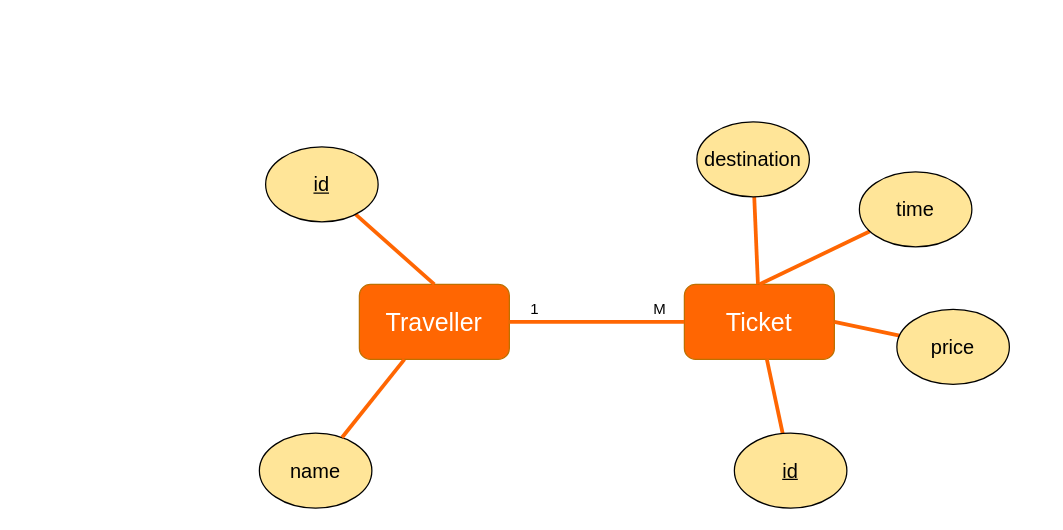
The draw.io diagram 活動系統ERD.drawio in z88243310/bins, before the edit. Source tidied: cells renumbered, new cells numbered last; positions are measured from the earlier drawing's top-left corner, leaving out a move shared by most shapes. Both pictures are drawn from the tidied source at 125%, with x=0, y=0 at pixel (259, 121).
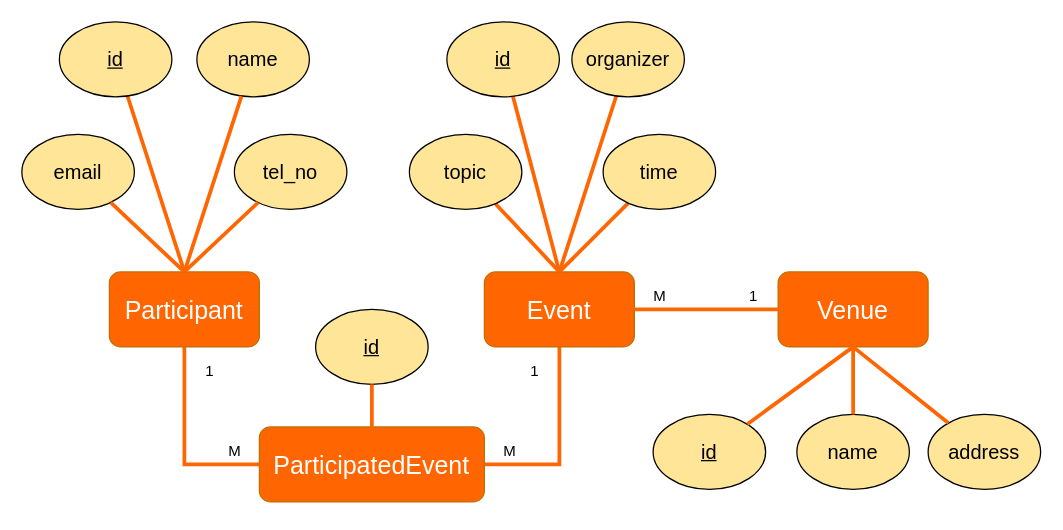
The same diagram, later.

Commit message:
更新活動系統ERD.drawio

Change to the diagram source:
```diff
@@
+    <mxCell id="19" style="edgeStyle=orthogonalEdgeStyle;rounded=0;jettySize=auto;html=1;entryX=0;entryY=0.5;entryDx=0;entryDy=0;strokeWidth=3;endArrow=none;endFill=0;strokeColor=#FF6602;" parent="1" edge="1" source="2" target="35">
+      <mxGeometry relative="1" as="geometry" />
+    </mxCell>
-    <mxCell id="2" value="Traveller" style="rounded=1;whiteSpace=wrap;html=1;fillColor=#FF6602;strokeColor=#BD7000;fontColor=#FFFFFF;fontSize=20;" parent="1" vertex="1">
-      <mxGeometry x="80" y="130" width="120" height="60" as="geometry" />
+    <mxCell id="2" value="Participant" style="rounded=1;whiteSpace=wrap;html=1;fillColor=#FF6602;strokeColor=#BD7000;fontColor=#FFFFFF;fontSize=20;" parent="1" vertex="1">
+      <mxGeometry x="-120" y="120" width="120" height="60" as="geometry" />
     </mxCell>
-    <mxCell id="3" value="1" style="text;html=1;align=center;verticalAlign=middle;strokeColor=none;fillColor=none;" parent="1" vertex="1">
-      <mxGeometry x="210" y="140" width="20" height="20" as="geometry" />
+    <mxCell id="3" value="M" style="text;html=1;align=center;verticalAlign=middle;strokeColor=none;fillColor=none;" parent="1" vertex="1">
+      <mxGeometry x="-30" y="254" width="20" height="20" as="geometry" />
     </mxCell>
     <mxCell id="4" value="&lt;div&gt;M&lt;/div&gt;" style="text;html=1;align=center;verticalAlign=middle;strokeColor=none;fillColor=none;" parent="1" vertex="1">
-      <mxGeometry x="310" y="140" width="20" height="20" as="geometry" />
+      <mxGeometry x="190" y="254" width="20" height="20" as="geometry" />
     </mxCell>
-    <mxCell id="5" style="edgeStyle=none;rounded=0;jettySize=auto;html=1;entryX=0.5;entryY=0;entryDx=0;entryDy=0;fontSize=16;fontColor=#FFFFFF;endArrow=none;endFill=0;strokeColor=#FF6602;strokeWidth=3;" parent="1" edge="1" source="6" target="2">
-      <mxGeometry relative="1" as="geometry" />
+    <mxCell id="5" style="edgeStyle=none;rounded=0;jettySize=auto;html=1;fontSize=16;fontColor=#FFFFFF;endArrow=none;endFill=0;strokeColor=#FF6602;strokeWidth=3;" parent="1" edge="1" source="6">
+      <mxGeometry relative="1" as="geometry">
+        <mxPoint x="-60" y="120" as="targetPoint" />
+      </mxGeometry>
     </mxCell>
     <mxCell id="6" value="&lt;u&gt;id&lt;/u&gt;" style="ellipse;whiteSpace=wrap;html=1;fillColor=#FFE598;fontSize=16;" parent="1" vertex="1">
-      <mxGeometry x="5" y="20" width="90" height="60" as="geometry" />
+      <mxGeometry x="-160" y="-80" width="90" height="60" as="geometry" />
     </mxCell>
+    <mxCell id="20" style="edgeStyle=orthogonalEdgeStyle;rounded=0;jettySize=auto;html=1;entryX=1;entryY=0.5;entryDx=0;entryDy=0;strokeWidth=3;endArrow=none;endFill=0;strokeColor=#FF6602;" parent="1" edge="1" source="7" target="35">
+      <mxGeometry relative="1" as="geometry" />
+    </mxCell>
-    <mxCell id="7" value="Ticket" style="rounded=1;whiteSpace=wrap;html=1;fillColor=#FF6602;strokeColor=#BD7000;fontColor=#FFFFFF;fontSize=20;" parent="1" vertex="1">
-      <mxGeometry x="340" y="130" width="120" height="60" as="geometry" />
+    <mxCell id="7" value="Event" style="rounded=1;whiteSpace=wrap;html=1;fillColor=#FF6602;strokeColor=#BD7000;fontColor=#FFFFFF;fontSize=20;" parent="1" vertex="1">
+      <mxGeometry x="180" y="120" width="120" height="60" as="geometry" />
     </mxCell>
     <mxCell id="8" value="name" style="ellipse;whiteSpace=wrap;html=1;fillColor=#FFE598;fontSize=16;" parent="1" vertex="1">
-      <mxGeometry y="249" width="90" height="60" as="geometry" />
+      <mxGeometry x="-50" y="-80" width="90" height="60" as="geometry" />
     </mxCell>
-    <mxCell id="9" style="edgeStyle=none;rounded=0;jettySize=auto;html=1;fontSize=16;fontColor=#FFFFFF;endArrow=none;endFill=0;strokeColor=#FF6602;strokeWidth=3;" parent="1" edge="1" source="10">
-      <mxGeometry relative="1" as="geometry">
-        <mxPoint x="406" y="190" as="targetPoint" />
-      </mxGeometry>
+    <mxCell id="9" style="edgeStyle=none;rounded=0;jettySize=auto;html=1;fontSize=16;fontColor=#FFFFFF;endArrow=none;endFill=0;strokeColor=#FF6602;strokeWidth=3;entryX=0.5;entryY=0;entryDx=0;entryDy=0;" parent="1" edge="1" source="10" target="7">
+      <mxGeometry relative="1" as="geometry" />
     </mxCell>
-    <mxCell id="10" value="id" style="ellipse;whiteSpace=wrap;html=1;fillColor=#FFE598;fontSize=16;fontStyle=4;" parent="1" vertex="1">
-      <mxGeometry x="380" y="249" width="90" height="60" as="geometry" />
+    <mxCell id="10" value="topic" style="ellipse;whiteSpace=wrap;html=1;fillColor=#FFE598;fontSize=16;fontStyle=0;" parent="1" vertex="1">
+      <mxGeometry x="120" y="10" width="90" height="60" as="geometry" />
     </mxCell>
-    <mxCell id="11" style="edgeStyle=none;rounded=0;jettySize=auto;html=1;entryX=1;entryY=0.5;entryDx=0;entryDy=0;fontSize=16;fontColor=#FFFFFF;endArrow=none;endFill=0;strokeColor=#FF6602;strokeWidth=3;" parent="1" edge="1" source="12" target="7">
+    <mxCell id="11" style="edgeStyle=none;rounded=0;jettySize=auto;html=1;fontSize=16;fontColor=#FFFFFF;endArrow=none;endFill=0;strokeColor=#FF6602;strokeWidth=3;entryX=0.5;entryY=0;entryDx=0;entryDy=0;" parent="1" edge="1" source="12" target="7">
       <mxGeometry relative="1" as="geometry" />
     </mxCell>
-    <mxCell id="12" value="price" style="ellipse;whiteSpace=wrap;html=1;fillColor=#FFE598;fontSize=16;" parent="1" vertex="1">
-      <mxGeometry x="510" y="150" width="90" height="60" as="geometry" />
+    <mxCell id="12" value="organizer" style="ellipse;whiteSpace=wrap;html=1;fillColor=#FFE598;fontSize=16;" parent="1" vertex="1">
+      <mxGeometry x="250" y="-80" width="90" height="60" as="geometry" />
     </mxCell>
-    <mxCell id="13" style="edgeStyle=none;rounded=0;jettySize=auto;html=1;entryX=0.5;entryY=0;entryDx=0;entryDy=0;fontSize=16;fontColor=#FFFFFF;endArrow=none;endFill=0;strokeColor=#FF6602;strokeWidth=3;" parent="1" edge="1" source="14" target="7">
-      <mxGeometry relative="1" as="geometry" />
+    <mxCell id="13" style="edgeStyle=none;rounded=0;jettySize=auto;html=1;fontSize=16;fontColor=#FFFFFF;endArrow=none;endFill=0;strokeColor=#FF6602;strokeWidth=3;" parent="1" edge="1" source="14">
+      <mxGeometry relative="1" as="geometry">
+        <mxPoint x="240" y="120" as="targetPoint" />
+      </mxGeometry>
     </mxCell>
     <mxCell id="14" value="time" style="ellipse;whiteSpace=wrap;html=1;fillColor=#FFE598;fontSize=16;" parent="1" vertex="1">
-      <mxGeometry x="480" y="40" width="90" height="60" as="geometry" />
+      <mxGeometry x="275" y="10" width="90" height="60" as="geometry" />
     </mxCell>
-    <mxCell id="15" style="edgeStyle=none;rounded=0;jettySize=auto;html=1;fontSize=16;fontColor=#FFFFFF;endArrow=none;endFill=0;strokeColor=#FF6602;strokeWidth=3;" parent="1" edge="1" source="16" target="7">
+    <mxCell id="15" style="edgeStyle=none;rounded=0;jettySize=auto;html=1;fontSize=16;fontColor=#FFFFFF;endArrow=none;endFill=0;strokeColor=#FF6602;strokeWidth=3;entryX=0.5;entryY=0;entryDx=0;entryDy=0;" parent="1" edge="1" source="16" target="7">
       <mxGeometry relative="1" as="geometry" />
     </mxCell>
-    <mxCell id="16" value="destination" style="ellipse;whiteSpace=wrap;html=1;fillColor=#FFE598;fontSize=16;" parent="1" vertex="1">
-      <mxGeometry x="350" width="90" height="60" as="geometry" />
+    <mxCell id="16" value="id" style="ellipse;whiteSpace=wrap;html=1;fillColor=#FFE598;fontSize=16;fontStyle=4;" parent="1" vertex="1">
+      <mxGeometry x="150" y="-80" width="90" height="60" as="geometry" />
     </mxCell>
-    <mxCell id="17" style="edgeStyle=none;rounded=0;jettySize=auto;html=1;fontSize=16;fontColor=#FFFFFF;endArrow=none;endFill=0;strokeColor=#FF6602;strokeWidth=3;" parent="1" edge="1" source="8" target="2">
+    <mxCell id="17" style="edgeStyle=none;rounded=0;jettySize=auto;html=1;fontSize=16;fontColor=#FFFFFF;endArrow=none;endFill=0;strokeColor=#FF6602;strokeWidth=3;entryX=0.5;entryY=0;entryDx=0;entryDy=0;" parent="1" edge="1" source="8" target="2">
       <mxGeometry relative="1" as="geometry" />
     </mxCell>
-    <mxCell id="18" style="edgeStyle=none;rounded=0;jettySize=auto;html=1;fontSize=16;fontColor=#FFFFFF;endArrow=none;endFill=0;strokeColor=#FF6602;strokeWidth=3;entryX=0;entryY=0.5;entryDx=0;entryDy=0;" parent="1" edge="1" source="2" target="7">
-      <mxGeometry relative="1" as="geometry" />
-    </mxCell>
+    <mxCell id="21" value="Venue" style="rounded=1;whiteSpace=wrap;html=1;fillColor=#FF6602;strokeColor=#BD7000;fontColor=#FFFFFF;fontSize=20;" parent="1" vertex="1">
+      <mxGeometry x="415" y="120" width="120" height="60" as="geometry" />
+    </mxCell>
+    <mxCell id="22" style="edgeStyle=none;rounded=0;jettySize=auto;html=1;fontSize=16;fontColor=#FFFFFF;endArrow=none;endFill=0;strokeColor=#FF6602;strokeWidth=3;exitX=1;exitY=0.5;exitDx=0;exitDy=0;" parent="1" edge="1" source="7" target="21">
+      <mxGeometry relative="1" as="geometry" />
+    </mxCell>
+    <mxCell id="23" value="M" style="text;html=1;align=center;verticalAlign=middle;strokeColor=none;fillColor=none;" parent="1" vertex="1">
+      <mxGeometry x="310" y="130" width="20" height="20" as="geometry" />
+    </mxCell>
+    <mxCell id="24" value="1" style="text;html=1;align=center;verticalAlign=middle;strokeColor=none;fillColor=none;" parent="1" vertex="1">
+      <mxGeometry x="385" y="130" width="20" height="20" as="geometry" />
+    </mxCell>
+    <mxCell id="25" value="tel_no" style="ellipse;whiteSpace=wrap;html=1;fillColor=#FFE598;fontSize=16;" parent="1" vertex="1">
+      <mxGeometry x="-20" y="10" width="90" height="60" as="geometry" />
+    </mxCell>
+    <mxCell id="26" value="&lt;span style=&quot;white-space: pre&quot;&gt;email&lt;br&gt;&lt;/span&gt;" style="ellipse;whiteSpace=wrap;html=1;fillColor=#FFE598;fontSize=16;" parent="1" vertex="1">
+      <mxGeometry x="-190" y="10" width="90" height="60" as="geometry" />
+    </mxCell>
+    <mxCell id="27" style="edgeStyle=none;rounded=0;jettySize=auto;html=1;fontSize=16;fontColor=#FFFFFF;endArrow=none;endFill=0;strokeColor=#FF6602;strokeWidth=3;exitX=0.5;exitY=0;exitDx=0;exitDy=0;" parent="1" edge="1" source="2" target="26">
+      <mxGeometry relative="1" as="geometry" />
+    </mxCell>
+    <mxCell id="28" style="edgeStyle=none;rounded=0;jettySize=auto;html=1;fontSize=16;fontColor=#FFFFFF;endArrow=none;endFill=0;strokeColor=#FF6602;strokeWidth=3;exitX=0.5;exitY=0;exitDx=0;exitDy=0;" parent="1" edge="1" source="2" target="25">
+      <mxGeometry relative="1" as="geometry" />
+    </mxCell>
+    <mxCell id="29" value="id" style="ellipse;whiteSpace=wrap;html=1;fillColor=#FFE598;fontSize=16;fontStyle=4;" parent="1" vertex="1">
+      <mxGeometry x="315" y="234" width="90" height="60" as="geometry" />
+    </mxCell>
+    <mxCell id="30" style="edgeStyle=none;rounded=0;jettySize=auto;html=1;fontSize=16;fontColor=#FFFFFF;endArrow=none;endFill=0;strokeColor=#FF6602;strokeWidth=3;entryX=0.5;entryY=1;entryDx=0;entryDy=0;" parent="1" edge="1" source="29" target="21">
+      <mxGeometry relative="1" as="geometry" />
+    </mxCell>
+    <mxCell id="31" value="name" style="ellipse;whiteSpace=wrap;html=1;fillColor=#FFE598;fontSize=16;" parent="1" vertex="1">
+      <mxGeometry x="430" y="234" width="90" height="60" as="geometry" />
+    </mxCell>
+    <mxCell id="32" value="address" style="ellipse;whiteSpace=wrap;html=1;fillColor=#FFE598;fontSize=16;" parent="1" vertex="1">
+      <mxGeometry x="535" y="234" width="90" height="60" as="geometry" />
+    </mxCell>
+    <mxCell id="33" style="edgeStyle=none;rounded=0;jettySize=auto;html=1;fontSize=16;fontColor=#FFFFFF;endArrow=none;endFill=0;strokeColor=#FF6602;strokeWidth=3;" parent="1" edge="1" source="31" target="21">
+      <mxGeometry relative="1" as="geometry" />
+    </mxCell>
+    <mxCell id="34" style="edgeStyle=none;rounded=0;jettySize=auto;html=1;fontSize=16;fontColor=#FFFFFF;endArrow=none;endFill=0;strokeColor=#FF6602;strokeWidth=3;entryX=0.5;entryY=1;entryDx=0;entryDy=0;" parent="1" edge="1" source="32" target="21">
+      <mxGeometry relative="1" as="geometry" />
+    </mxCell>
+    <mxCell id="35" value="ParticipatedEvent" style="rounded=1;whiteSpace=wrap;html=1;fillColor=#FF6602;strokeColor=#BD7000;fontColor=#FFFFFF;fontSize=20;" parent="1" vertex="1">
+      <mxGeometry y="244" width="180" height="60" as="geometry" />
+    </mxCell>
+    <mxCell id="36" value="1" style="text;html=1;align=center;verticalAlign=middle;strokeColor=none;fillColor=none;" parent="1" vertex="1">
+      <mxGeometry x="-50" y="190" width="20" height="20" as="geometry" />
+    </mxCell>
+    <mxCell id="37" value="1" style="text;html=1;align=center;verticalAlign=middle;strokeColor=none;fillColor=none;" parent="1" vertex="1">
+      <mxGeometry x="210" y="190" width="20" height="20" as="geometry" />
+    </mxCell>
+    <mxCell id="38" value="id" style="ellipse;whiteSpace=wrap;html=1;fillColor=#FFE598;fontSize=16;fontStyle=4;" parent="1" vertex="1">
+      <mxGeometry x="45" y="150" width="90" height="60" as="geometry" />
+    </mxCell>
+    <mxCell id="39" style="edgeStyle=none;rounded=0;jettySize=auto;html=1;fontSize=16;fontColor=#FFFFFF;endArrow=none;endFill=0;strokeColor=#FF6602;strokeWidth=3;entryX=0.5;entryY=0;entryDx=0;entryDy=0;" parent="1" edge="1" source="38" target="35">
+      <mxGeometry relative="1" as="geometry" />
+    </mxCell>
```
